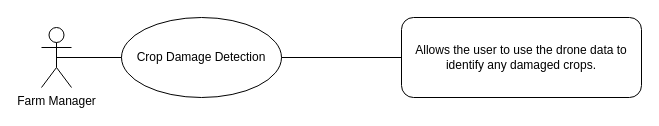
This is docs/requirements_docs/use_case_diagrams/xml_files/06_drone_live_feed.drawio from Brandyn1234/dashboard-project, a draw.io file, before an edit. Source tidied: cells renumbered, new cells numbered last; positions are measured from the earlier drawing's top-left corner, leaving out a move shared by most shapes. Both pictures are drawn from the tidied source at 100%, with x=0, y=0 at pixel (41, 17).
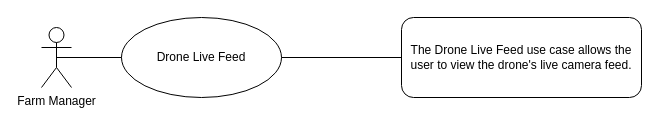
Above is the later version.

Change to the diagram source:
```diff
@@
 <mxGraphModel>
   <root>
     <mxCell id="0" />
     <mxCell id="1" parent="0" />
-    <mxCell id="2" value="Allows the user to use the drone data to identify any damaged crops." style="rounded=1;whiteSpace=wrap;html=1;roundedPerimeter=1;align=center;" parent="1" vertex="1">
+    <mxCell id="2" value="The Drone Live Feed use case allows the user to view the drone's live camera feed." style="rounded=1;whiteSpace=wrap;html=1;roundedPerimeter=1;align=center;" parent="1" vertex="1">
       <mxGeometry x="360" width="240" height="80" as="geometry" />
     </mxCell>
-    <mxCell id="3" value="Crop Damage Detection" style="ellipse;whiteSpace=wrap;html=1;shapeInside=1;align=center;" parent="1" vertex="1">
+    <mxCell id="3" value="Drone Live Feed" style="ellipse;whiteSpace=wrap;html=1;shapeInside=1;align=center;" parent="1" vertex="1">
       <mxGeometry x="80" width="160" height="80" as="geometry" />
     </mxCell>
     <mxCell id="4" value="Farm Manager" style="shape=umlActor;verticalLabelPosition=bottom;verticalAlign=top;html=1;outlineConnect=0;" parent="1" vertex="1">
       <mxGeometry y="10" width="30" height="60" as="geometry" />
     </mxCell>
     <mxCell id="5" style="endArrow=none;html=1;rounded=0;entryX=0;entryY=0.5;entryDx=0;entryDy=0;exitX=0.5;exitY=0.5;exitDx=0;exitDy=0;exitPerimeter=0;" parent="1" edge="1" source="4" target="3">
       <mxGeometry relative="1" as="geometry" />
     </mxCell>
     <mxCell id="6" style="endArrow=none;html=1;rounded=0;exitX=1;exitY=0.5;exitDx=0;exitDy=0;entryX=0;entryY=0.5;entryDx=0;entryDy=0;" parent="1" edge="1" source="3" target="2">
       <mxGeometry relative="1" as="geometry" />
     </mxCell>
   </root>
 </mxGraphModel>
```
